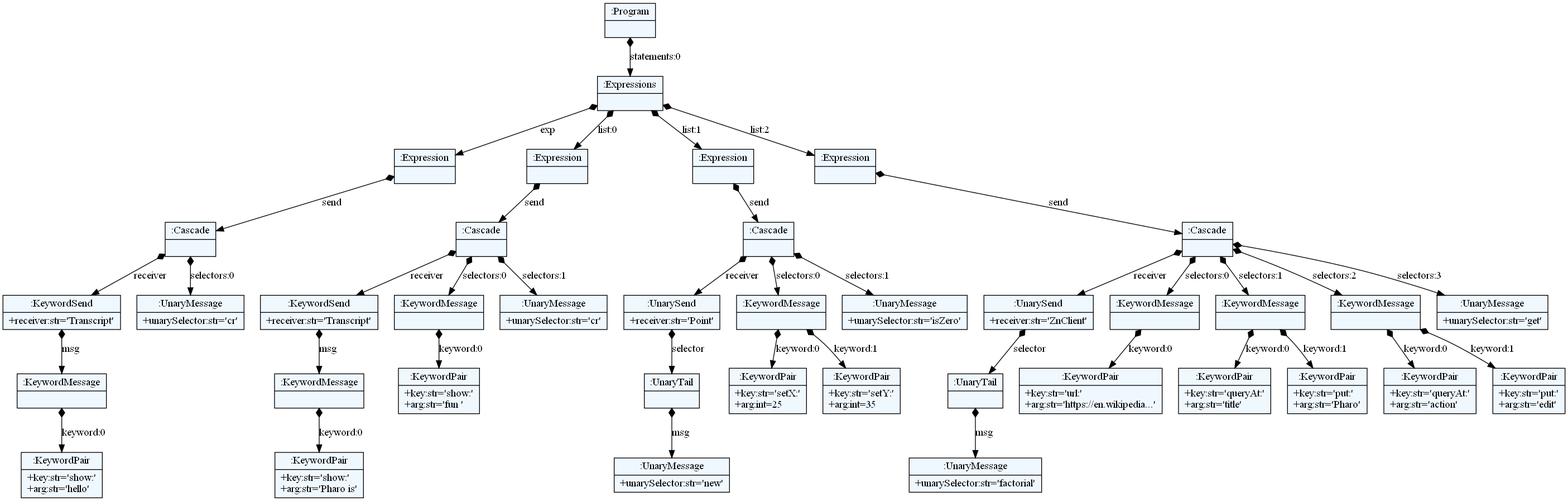
This is parser/images/cascade.png from spcnz/smalltalk-parser, a Graphviz export, as it was before one commit. Its source is kept beside it as parser/dot/cascade.dot.
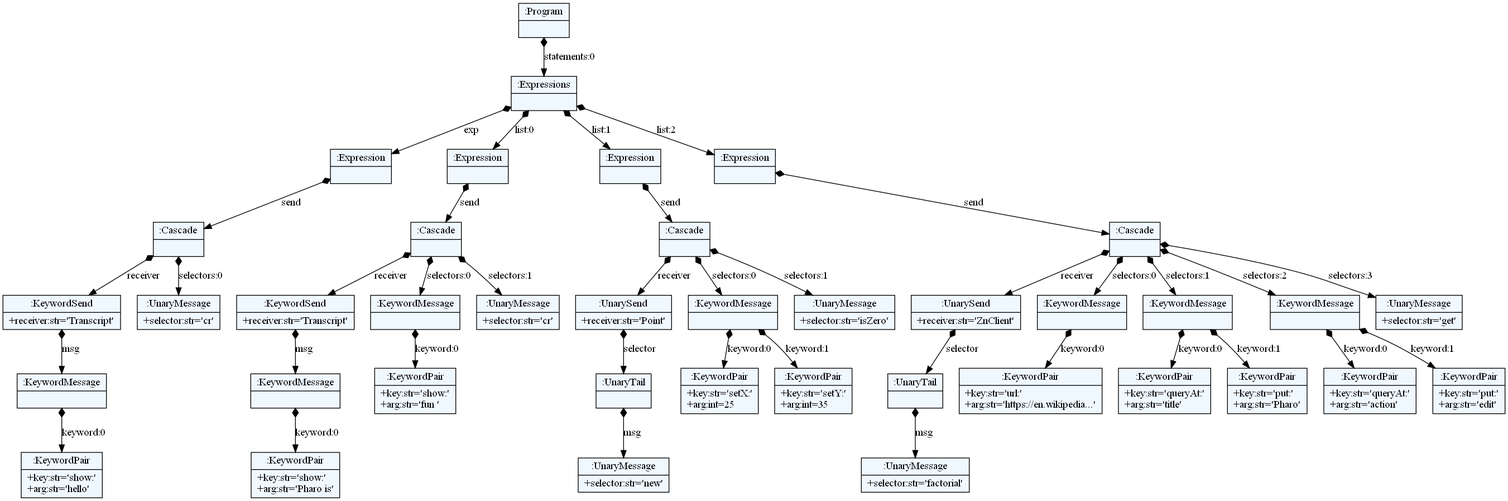
Later version of the same file.

What changed in the source:
```diff
@@ -10,82 +10,82 @@
     edge[dir=black,arrowtail=empty]
 
 
-1970427407160 -> 1970374727328 [label="statements:0" arrowtail=diamond dir=both]
-1970374727328 -> 1970374729344 [label="exp" arrowtail=diamond dir=both]
-1970374729344 -> 1970374729680 [label="send" arrowtail=diamond dir=both]
-1970374729680 -> 1970374727888 [label="receiver" arrowtail=diamond dir=both]
-1970374727888 -> 1970376809496 [label="msg" arrowtail=diamond dir=both]
-1970376809496 -> 1970377101664 [label="keyword:0" arrowtail=diamond dir=both]
-1970377101664[label="{:KeywordPair|+key:str='show:'\l+arg:str='hello'\l}"]
-1970376809496[label="{:KeywordMessage|}"]
-1970374727888[label="{:KeywordSend|+receiver:str='Transcript'\l}"]
-1970374729680 -> 1970374727776 [label="selectors:0" arrowtail=diamond dir=both]
-1970374727776[label="{:UnaryMessage|+unarySelector:str='cr'\l}"]
-1970374729680[label="{:Cascade|}"]
-1970374729344[label="{:Expression|}"]
-1970374727328 -> 1970374729456 [label="list:0" arrowtail=diamond dir=both]
-1970374729456 -> 1970374728112 [label="send" arrowtail=diamond dir=both]
-1970374728112 -> 1970376809272 [label="receiver" arrowtail=diamond dir=both]
-1970376809272 -> 1970378515008 [label="msg" arrowtail=diamond dir=both]
-1970378515008 -> 1970378515120 [label="keyword:0" arrowtail=diamond dir=both]
-1970378515120[label="{:KeywordPair|+key:str='show:'\l+arg:str='Pharo is'\l}"]
-1970378515008[label="{:KeywordMessage|}"]
-1970376809272[label="{:KeywordSend|+receiver:str='Transcript'\l}"]
-1970374728112 -> 1970377104240 [label="selectors:0" arrowtail=diamond dir=both]
-1970377104240 -> 1970378515064 [label="keyword:0" arrowtail=diamond dir=both]
-1970378515064[label="{:KeywordPair|+key:str='show:'\l+arg:str='fun '\l}"]
-1970377104240[label="{:KeywordMessage|}"]
-1970374728112 -> 1970377105192 [label="selectors:1" arrowtail=diamond dir=both]
-1970377105192[label="{:UnaryMessage|+unarySelector:str='cr'\l}"]
-1970374728112[label="{:Cascade|}"]
-1970374729456[label="{:Expression|}"]
-1970374727328 -> 1970374729512 [label="list:1" arrowtail=diamond dir=both]
-1970374729512 -> 1970376808600 [label="send" arrowtail=diamond dir=both]
-1970376808600 -> 1970378515456 [label="receiver" arrowtail=diamond dir=both]
-1970378515456 -> 1970378515624 [label="selector" arrowtail=diamond dir=both]
-1970378515624 -> 1970378515736 [label="msg" arrowtail=diamond dir=both]
-1970378515736[label="{:UnaryMessage|+unarySelector:str='new'\l}"]
-1970378515624[label="{:UnaryTail|}"]
-1970378515456[label="{:UnarySend|+receiver:str='Point'\l}"]
-1970376808600 -> 1970378515232 [label="selectors:0" arrowtail=diamond dir=both]
-1970378515232 -> 1970378515680 [label="keyword:0" arrowtail=diamond dir=both]
-1970378515680[label="{:KeywordPair|+key:str='setX:'\l+arg:int=25\l}"]
-1970378515232 -> 1970378515792 [label="keyword:1" arrowtail=diamond dir=both]
-1970378515792[label="{:KeywordPair|+key:str='setY:'\l+arg:int=35\l}"]
-1970378515232[label="{:KeywordMessage|}"]
-1970376808600 -> 1970378515512 [label="selectors:1" arrowtail=diamond dir=both]
-1970378515512[label="{:UnaryMessage|+unarySelector:str='isZero'\l}"]
-1970376808600[label="{:Cascade|}"]
-1970374729512[label="{:Expression|}"]
-1970374727328 -> 1970374728000 [label="list:2" arrowtail=diamond dir=both]
-1970374728000 -> 1970378515176 [label="send" arrowtail=diamond dir=both]
-1970378515176 -> 1970378516128 [label="receiver" arrowtail=diamond dir=both]
-1970378516128 -> 1970378516240 [label="selector" arrowtail=diamond dir=both]
-1970378516240 -> 1970378516352 [label="msg" arrowtail=diamond dir=both]
-1970378516352[label="{:UnaryMessage|+unarySelector:str='factorial'\l}"]
-1970378516240[label="{:UnaryTail|}"]
-1970378516128[label="{:UnarySend|+receiver:str='ZnClient'\l}"]
-1970378515176 -> 1970378516016 [label="selectors:0" arrowtail=diamond dir=both]
-1970378516016 -> 1970378516296 [label="keyword:0" arrowtail=diamond dir=both]
-1970378516296[label="{:KeywordPair|+key:str='url:'\l+arg:str='https://en.wikipedia...'\l}"]
-1970378516016[label="{:KeywordMessage|}"]
-1970378515176 -> 1970378516072 [label="selectors:1" arrowtail=diamond dir=both]
-1970378516072 -> 1970378516464 [label="keyword:0" arrowtail=diamond dir=both]
-1970378516464[label="{:KeywordPair|+key:str='queryAt:'\l+arg:str='title'\l}"]
-1970378516072 -> 1970378516632 [label="keyword:1" arrowtail=diamond dir=both]
-1970378516632[label="{:KeywordPair|+key:str='put:'\l+arg:str='Pharo'\l}"]
-1970378516072[label="{:KeywordMessage|}"]
-1970378515176 -> 1970378516184 [label="selectors:2" arrowtail=diamond dir=both]
-1970378516184 -> 1970378516688 [label="keyword:0" arrowtail=diamond dir=both]
-1970378516688[label="{:KeywordPair|+key:str='queryAt:'\l+arg:str='action'\l}"]
-1970378516184 -> 1970378516912 [label="keyword:1" arrowtail=diamond dir=both]
-1970378516912[label="{:KeywordPair|+key:str='put:'\l+arg:str='edit'\l}"]
-1970378516184[label="{:KeywordMessage|}"]
-1970378515176 -> 1970378516408 [label="selectors:3" arrowtail=diamond dir=both]
-1970378516408[label="{:UnaryMessage|+unarySelector:str='get'\l}"]
-1970378515176[label="{:Cascade|}"]
-1970374728000[label="{:Expression|}"]
-1970374727328[label="{:Expressions|}"]
-1970427407160[label="{:Program|}"]
+3018013755544 -> 3018015879688 [label="statements:0" arrowtail=diamond dir=both]
+3018015879688 -> 3018016550640 [label="exp" arrowtail=diamond dir=both]
+3018016550640 -> 3018016938192 [label="send" arrowtail=diamond dir=both]
+3018016938192 -> 3018016938360 [label="receiver" arrowtail=diamond dir=both]
+3018016938360 -> 3018016938584 [label="msg" arrowtail=diamond dir=both]
+3018016938584 -> 3018016938696 [label="keyword:0" arrowtail=diamond dir=both]
+3018016938696[label="{:KeywordPair|+key:str='show:'\l+arg:str='hello'\l}"]
+3018016938584[label="{:KeywordMessage|}"]
+3018016938360[label="{:KeywordSend|+receiver:str='Transcript'\l}"]
+3018016938192 -> 3018016938416 [label="selectors:0" arrowtail=diamond dir=both]
+3018016938416[label="{:UnaryMessage|+selector:str='cr'\l}"]
+3018016938192[label="{:Cascade|}"]
+3018016550640[label="{:Expression|}"]
+3018015879688 -> 3018016938024 [label="list:0" arrowtail=diamond dir=both]
+3018016938024 -> 3018016938304 [label="send" arrowtail=diamond dir=both]
+3018016938304 -> 3018016938752 [label="receiver" arrowtail=diamond dir=both]
+3018016938752 -> 3018016939032 [label="msg" arrowtail=diamond dir=both]
+3018016939032 -> 3018016939144 [label="keyword:0" arrowtail=diamond dir=both]
+3018016939144[label="{:KeywordPair|+key:str='show:'\l+arg:str='Pharo is'\l}"]
+3018016939032[label="{:KeywordMessage|}"]
+3018016938752[label="{:KeywordSend|+receiver:str='Transcript'\l}"]
+3018016938304 -> 3018016938640 [label="selectors:0" arrowtail=diamond dir=both]
+3018016938640 -> 3018016939088 [label="keyword:0" arrowtail=diamond dir=both]
+3018016939088[label="{:KeywordPair|+key:str='show:'\l+arg:str='fun '\l}"]
+3018016938640[label="{:KeywordMessage|}"]
+3018016938304 -> 3018016938808 [label="selectors:1" arrowtail=diamond dir=both]
+3018016938808[label="{:UnaryMessage|+selector:str='cr'\l}"]
+3018016938304[label="{:Cascade|}"]
+3018016938024[label="{:Expression|}"]
+3018015879688 -> 3018016938136 [label="list:1" arrowtail=diamond dir=both]
+3018016938136 -> 3018016938528 [label="send" arrowtail=diamond dir=both]
+3018016938528 -> 3018016939480 [label="receiver" arrowtail=diamond dir=both]
+3018016939480 -> 3018016939648 [label="selector" arrowtail=diamond dir=both]
+3018016939648 -> 3018016939760 [label="msg" arrowtail=diamond dir=both]
+3018016939760[label="{:UnaryMessage|+selector:str='new'\l}"]
+3018016939648[label="{:UnaryTail|}"]
+3018016939480[label="{:UnarySend|+receiver:str='Point'\l}"]
+3018016938528 -> 3018016939256 [label="selectors:0" arrowtail=diamond dir=both]
+3018016939256 -> 3018016939704 [label="keyword:0" arrowtail=diamond dir=both]
+3018016939704[label="{:KeywordPair|+key:str='setX:'\l+arg:int=25\l}"]
+3018016939256 -> 3018016939816 [label="keyword:1" arrowtail=diamond dir=both]
+3018016939816[label="{:KeywordPair|+key:str='setY:'\l+arg:int=35\l}"]
+3018016939256[label="{:KeywordMessage|}"]
+3018016938528 -> 3018016939536 [label="selectors:1" arrowtail=diamond dir=both]
+3018016939536[label="{:UnaryMessage|+selector:str='isZero'\l}"]
+3018016938528[label="{:Cascade|}"]
+3018016938136[label="{:Expression|}"]
+3018015879688 -> 3018016938248 [label="list:2" arrowtail=diamond dir=both]
+3018016938248 -> 3018016939200 [label="send" arrowtail=diamond dir=both]
+3018016939200 -> 3018016939928 [label="receiver" arrowtail=diamond dir=both]
+3018016939928 -> 3018017878312 [label="selector" arrowtail=diamond dir=both]
+3018017878312 -> 3018017878424 [label="msg" arrowtail=diamond dir=both]
+3018017878424[label="{:UnaryMessage|+selector:str='factorial'\l}"]
+3018017878312[label="{:UnaryTail|}"]
+3018016939928[label="{:UnarySend|+receiver:str='ZnClient'\l}"]
+3018016939200 -> 3018017878200 [label="selectors:0" arrowtail=diamond dir=both]
+3018017878200 -> 3018017878368 [label="keyword:0" arrowtail=diamond dir=both]
+3018017878368[label="{:KeywordPair|+key:str='url:'\l+arg:str='https://en.wikipedia...'\l}"]
+3018017878200[label="{:KeywordMessage|}"]
+3018016939200 -> 3018017878144 [label="selectors:1" arrowtail=diamond dir=both]
+3018017878144 -> 3018017878536 [label="keyword:0" arrowtail=diamond dir=both]
+3018017878536[label="{:KeywordPair|+key:str='queryAt:'\l+arg:str='title'\l}"]
+3018017878144 -> 3018017878704 [label="keyword:1" arrowtail=diamond dir=both]
+3018017878704[label="{:KeywordPair|+key:str='put:'\l+arg:str='Pharo'\l}"]
+3018017878144[label="{:KeywordMessage|}"]
+3018016939200 -> 3018017878256 [label="selectors:2" arrowtail=diamond dir=both]
+3018017878256 -> 3018017878760 [label="keyword:0" arrowtail=diamond dir=both]
+3018017878760[label="{:KeywordPair|+key:str='queryAt:'\l+arg:str='action'\l}"]
+3018017878256 -> 3018017878984 [label="keyword:1" arrowtail=diamond dir=both]
+3018017878984[label="{:KeywordPair|+key:str='put:'\l+arg:str='edit'\l}"]
+3018017878256[label="{:KeywordMessage|}"]
+3018016939200 -> 3018017878480 [label="selectors:3" arrowtail=diamond dir=both]
+3018017878480[label="{:UnaryMessage|+selector:str='get'\l}"]
+3018016939200[label="{:Cascade|}"]
+3018016938248[label="{:Expression|}"]
+3018015879688[label="{:Expressions|}"]
+3018013755544[label="{:Program|}"]
 
 }
```
